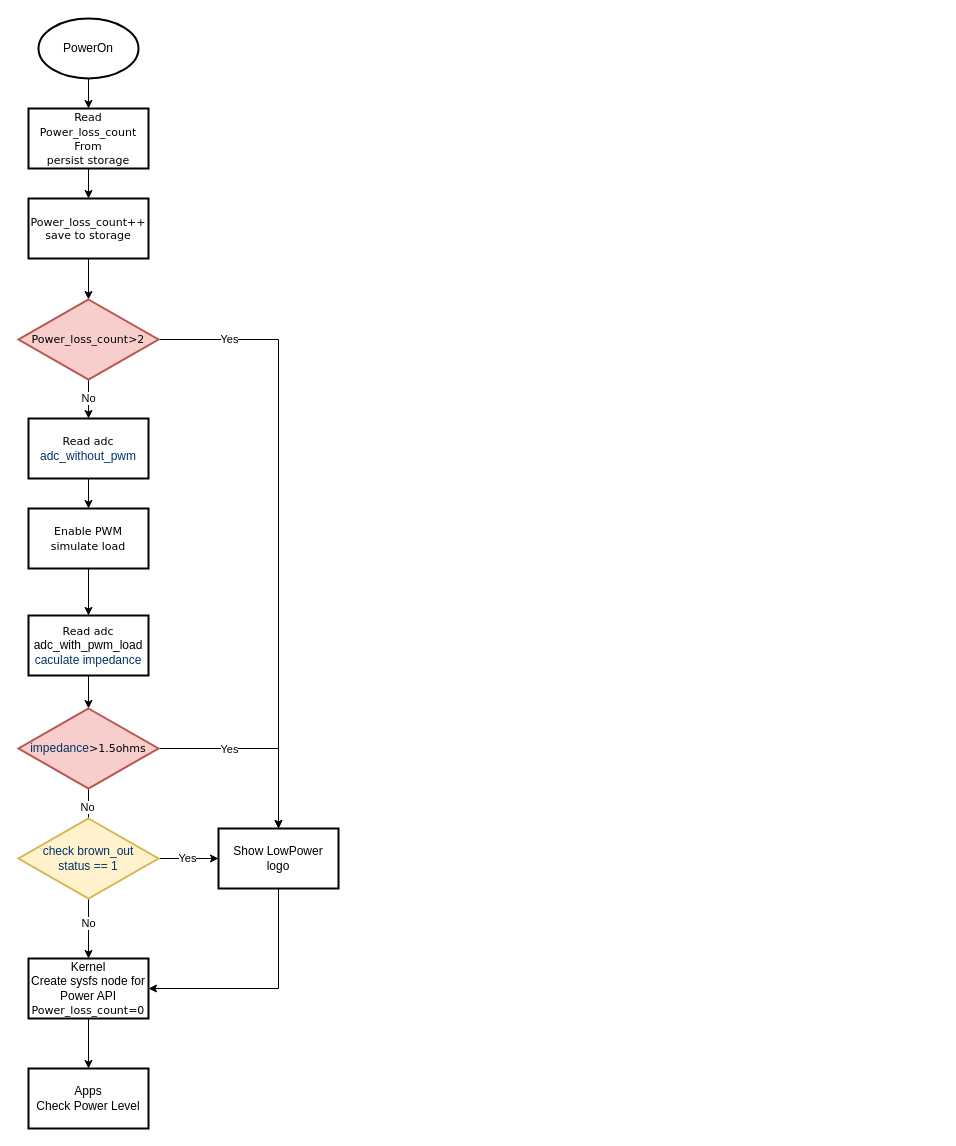
skyliangbogit/test keeps this draw.io diagram as low_power_detect_loop_reboot.drawio. Above is the earlier version. Source tidied: cells renumbered, new cells numbered last; positions are measured from the earlier drawing's top-left corner, leaving out a move shared by most shapes. Both pictures are drawn from the tidied source at 100%, with x=0, y=0 at pixel (18, 18).
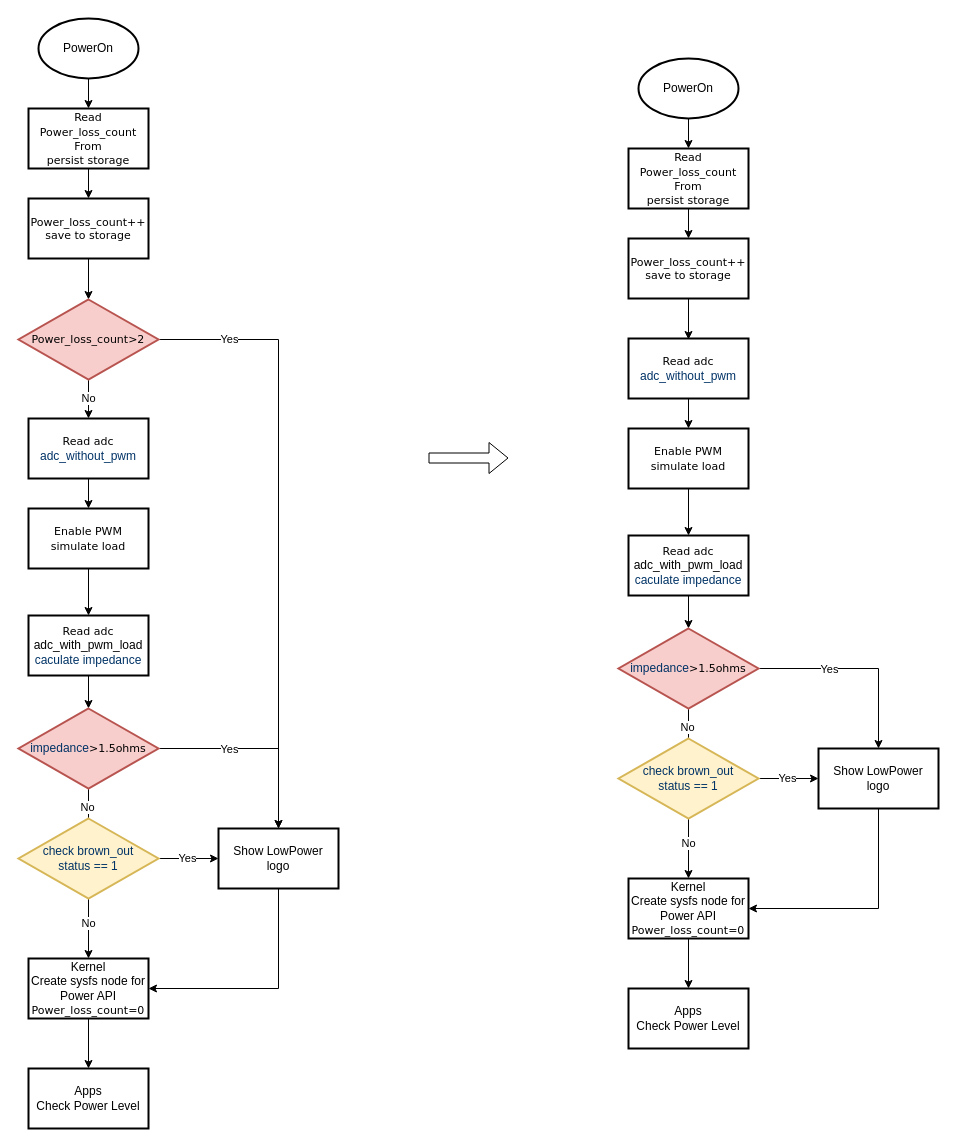
The same page after the edit.

Change to the diagram source:
```diff
@@
+    <mxCell id="33" style="edgeStyle=orthogonalEdgeStyle;rounded=0;jettySize=auto;html=1;arcSize=20;" parent="1" edge="1" source="34" target="36">
+      <mxGeometry relative="1" as="geometry" />
+    </mxCell>
+    <mxCell id="34" value="PowerOn" style="strokeWidth=2;html=1;shape=mxgraph.flowchart.start_1;whiteSpace=wrap;" parent="1" vertex="1">
+      <mxGeometry x="620" y="40" width="100" height="60" as="geometry" />
+    </mxCell>
+    <mxCell id="35" style="edgeStyle=orthogonalEdgeStyle;rounded=0;jettySize=auto;html=1;" parent="1" edge="1" source="36" target="38">
+      <mxGeometry relative="1" as="geometry" />
+    </mxCell>
+    <mxCell id="36" value="&lt;span style=&quot;font-family: Verdana; font-size: 11px;&quot;&gt;Read Power_loss_count From&lt;/span&gt;&lt;div style=&quot;font-family: Verdana; font-size: 11px;&quot;&gt;persist storage&lt;/div&gt;" style="whiteSpace=wrap;html=1;strokeWidth=2;" parent="1" vertex="1">
+      <mxGeometry x="610" y="130" width="120" height="60" as="geometry" />
+    </mxCell>
+    <mxCell id="37" style="edgeStyle=orthogonalEdgeStyle;rounded=0;jettySize=auto;html=1;" parent="1" edge="1" source="38">
+      <mxGeometry relative="1" as="geometry">
+        <mxPoint x="670" y="321" as="targetPoint" />
+      </mxGeometry>
+    </mxCell>
+    <mxCell id="38" value="&lt;div style=&quot;&quot;&gt;&lt;span style=&quot;font-family: Verdana; font-size: 11px;&quot;&gt;Power_loss_count++&lt;/span&gt;&lt;/div&gt;&lt;div style=&quot;font-family: Verdana; font-size: 11px;&quot;&gt;save&lt;span style=&quot;background-color: initial;&quot;&gt;&amp;nbsp;to storage&lt;/span&gt;&lt;/div&gt;" style="whiteSpace=wrap;html=1;strokeWidth=2;" parent="1" vertex="1">
+      <mxGeometry x="610" y="220" width="120" height="60" as="geometry" />
+    </mxCell>
+    <mxCell id="39" style="edgeStyle=orthogonalEdgeStyle;rounded=0;jettySize=auto;html=1;" parent="1" edge="1" source="40" target="42">
+      <mxGeometry relative="1" as="geometry" />
+    </mxCell>
+    <mxCell id="40" value="&lt;font face=&quot;Verdana&quot;&gt;&lt;span style=&quot;font-size: 11px;&quot;&gt;Enable PWM&lt;/span&gt;&lt;/font&gt;&lt;div&gt;&lt;font face=&quot;Verdana&quot;&gt;&lt;span style=&quot;font-size: 11px;&quot;&gt;simulate load&lt;/span&gt;&lt;/font&gt;&lt;/div&gt;" style="whiteSpace=wrap;html=1;strokeWidth=2;" parent="1" vertex="1">
+      <mxGeometry x="610" y="410" width="120" height="60" as="geometry" />
+    </mxCell>
+    <mxCell id="41" style="edgeStyle=orthogonalEdgeStyle;rounded=0;jettySize=auto;html=1;" parent="1" edge="1" source="42" target="54">
+      <mxGeometry relative="1" as="geometry" />
+    </mxCell>
+    <mxCell id="42" value="&lt;font face=&quot;Verdana&quot;&gt;&lt;span style=&quot;font-size: 11px;&quot;&gt;Read adc&lt;br&gt;&lt;/span&gt;&lt;/font&gt;adc_with_pwm_load&lt;font face=&quot;Verdana&quot;&gt;&lt;span style=&quot;font-size: 11px;&quot;&gt;&lt;br&gt;&lt;/span&gt;&lt;/font&gt;&lt;span style=&quot;color: #003366;&quot;&gt;caculate impedance&lt;/span&gt;&lt;font face=&quot;Verdana&quot;&gt;&lt;span style=&quot;font-size: 11px;&quot;&gt;&lt;/span&gt;&lt;/font&gt;" style="whiteSpace=wrap;html=1;strokeWidth=2;" parent="1" vertex="1">
+      <mxGeometry x="610" y="517" width="120" height="60" as="geometry" />
+    </mxCell>
+    <mxCell id="43" style="edgeStyle=orthogonalEdgeStyle;rounded=0;jettySize=auto;html=1;" parent="1" edge="1" source="44" target="45">
+      <mxGeometry relative="1" as="geometry" />
+    </mxCell>
+    <mxCell id="44" value="Kernel&lt;br&gt;&lt;div&gt;Create sysfs node for&lt;br&gt;Power API&lt;br&gt;&lt;/div&gt;&lt;div&gt;&lt;span style=&quot;font-family: Verdana; font-size: 11px; background-color: transparent; color: light-dark(rgb(0, 0, 0), rgb(255, 255, 255));&quot;&gt;Power_loss_count&lt;/span&gt;&lt;span style=&quot;font-family: Verdana; font-size: 11px;&quot;&gt;=0&lt;/span&gt;&lt;/div&gt;" style="whiteSpace=wrap;html=1;strokeWidth=2;" parent="1" vertex="1">
+      <mxGeometry x="610" y="860" width="120" height="60" as="geometry" />
+    </mxCell>
+    <mxCell id="45" value="Apps&lt;br&gt;Check Power Level" style="whiteSpace=wrap;html=1;strokeWidth=2;" parent="1" vertex="1">
+      <mxGeometry x="610" y="970" width="120" height="60" as="geometry" />
+    </mxCell>
+    <mxCell id="46" style="edgeStyle=orthogonalEdgeStyle;rounded=0;jettySize=auto;html=1;entryX=1;entryY=0.5;entryDx=0;entryDy=0;" parent="1" edge="1" source="47" target="44">
+      <mxGeometry relative="1" as="geometry">
+        <Array as="points">
+          <mxPoint x="860" y="890" />
+        </Array>
+      </mxGeometry>
+    </mxCell>
+    <mxCell id="47" value="Show LowPower&lt;br&gt;logo" style="whiteSpace=wrap;html=1;strokeWidth=2;" parent="1" vertex="1">
+      <mxGeometry x="800" y="730" width="120" height="60" as="geometry" />
+    </mxCell>
+    <mxCell id="48" style="edgeStyle=orthogonalEdgeStyle;rounded=0;jettySize=auto;html=1;" parent="1" edge="1" source="49" target="40">
+      <mxGeometry relative="1" as="geometry" />
+    </mxCell>
+    <mxCell id="49" value="&lt;font face=&quot;Verdana&quot;&gt;&lt;span style=&quot;font-size: 11px;&quot;&gt;Read adc&lt;br&gt;&lt;/span&gt;&lt;/font&gt;&lt;span style=&quot;color: #003366;&quot;&gt;adc_without_pwm&lt;/span&gt;&lt;font face=&quot;Verdana&quot;&gt;&lt;span style=&quot;font-size: 11px;&quot;&gt;&lt;/span&gt;&lt;/font&gt;" style="whiteSpace=wrap;html=1;strokeWidth=2;" parent="1" vertex="1">
+      <mxGeometry x="610" y="320" width="120" height="60" as="geometry" />
+    </mxCell>
+    <mxCell id="50" style="edgeStyle=orthogonalEdgeStyle;rounded=0;jettySize=auto;html=1;" parent="1" edge="1" source="54" target="47">
+      <mxGeometry relative="1" as="geometry" />
+    </mxCell>
+    <mxCell id="51" value="Yes" style="edgeLabel;html=1;align=center;verticalAlign=middle;" parent="50" vertex="1">
+      <mxGeometry x="-0.17" y="1" relative="1" as="geometry">
+        <mxPoint x="-13" y="1" as="offset" />
+      </mxGeometry>
+    </mxCell>
+    <mxCell id="52" style="edgeStyle=orthogonalEdgeStyle;rounded=0;jettySize=auto;html=1;" parent="1" edge="1" source="54">
+      <mxGeometry relative="1" as="geometry">
+        <mxPoint x="670" y="730" as="targetPoint" />
+      </mxGeometry>
+    </mxCell>
+    <mxCell id="53" value="No" style="edgeLabel;html=1;align=center;verticalAlign=middle;" parent="52" vertex="1">
+      <mxGeometry x="-0.13" y="-2" relative="1" as="geometry" />
+    </mxCell>
+    <mxCell id="54" value="&lt;span style=&quot;color: rgb(0, 51, 102);&quot;&gt;impedance&lt;/span&gt;&lt;span style=&quot;font-family: Verdana; font-size: 11px;&quot;&gt;&amp;gt;1.5ohms&lt;/span&gt;" style="rhombus;whiteSpace=wrap;html=1;strokeWidth=2;fillColor=#f8cecc;strokeColor=#b85450;" parent="1" vertex="1">
+      <mxGeometry x="600" y="610" width="140" height="80" as="geometry" />
+    </mxCell>
+    <mxCell id="55" style="edgeStyle=orthogonalEdgeStyle;rounded=0;jettySize=auto;html=1;" parent="1" edge="1" source="59" target="44">
+      <mxGeometry relative="1" as="geometry" />
+    </mxCell>
+    <mxCell id="56" value="No" style="edgeLabel;html=1;align=center;verticalAlign=middle;" parent="55" vertex="1">
+      <mxGeometry x="-0.19" y="-1" relative="1" as="geometry" />
+    </mxCell>
+    <mxCell id="57" style="edgeStyle=orthogonalEdgeStyle;rounded=0;jettySize=auto;html=1;entryX=0;entryY=0.5;entryDx=0;entryDy=0;" parent="1" edge="1" source="59" target="47">
+      <mxGeometry relative="1" as="geometry" />
+    </mxCell>
+    <mxCell id="58" value="Yes" style="edgeLabel;html=1;align=center;verticalAlign=middle;" parent="57" vertex="1">
+      <mxGeometry x="-0.07" y="1" relative="1" as="geometry" />
+    </mxCell>
+    <mxCell id="59" value="&lt;font color=&quot;#003366&quot;&gt;check brown_out&lt;/font&gt;&lt;div&gt;&lt;font color=&quot;#003366&quot;&gt;status == 1&lt;/font&gt;&lt;/div&gt;" style="rhombus;whiteSpace=wrap;html=1;strokeWidth=2;fillColor=#fff2cc;strokeColor=#d6b656;" parent="1" vertex="1">
+      <mxGeometry x="600" y="720" width="140" height="80" as="geometry" />
+    </mxCell>
+    <mxCell id="60" style="shape=flexArrow;endArrow=classic;html=1;rounded=0;" parent="1" edge="1">
+      <mxGeometry relative="1" as="geometry">
+        <mxPoint x="410" y="439.5" as="sourcePoint" />
+        <mxPoint x="490" y="439.5" as="targetPoint" />
+      </mxGeometry>
+    </mxCell>
```
